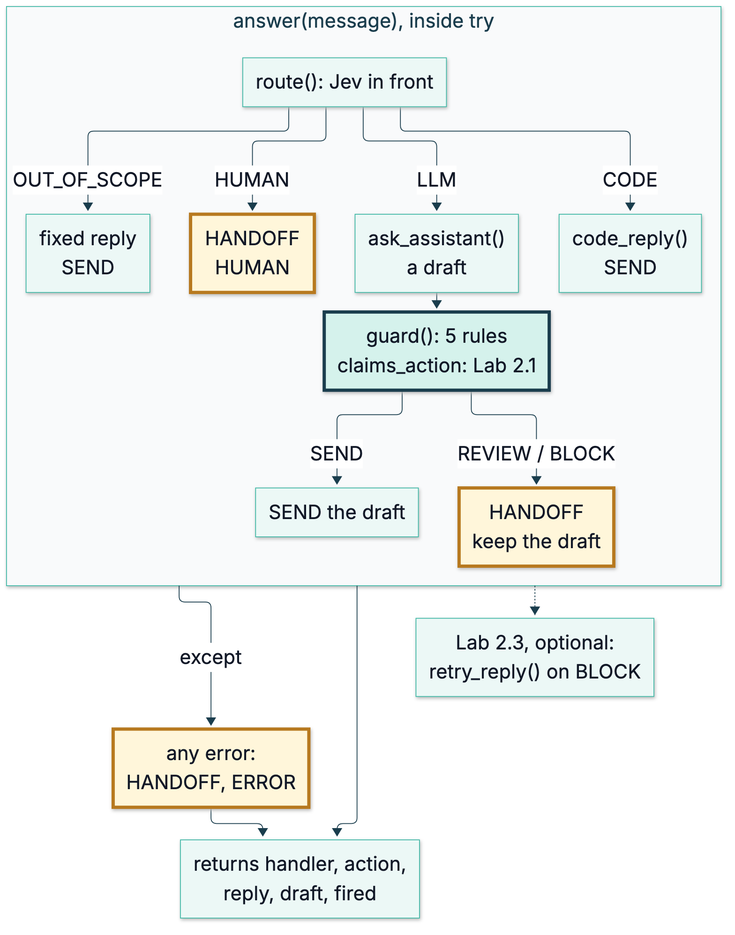
This is course/diagrams/module_04/p2-lab-map.png from axel-sirota/getting_started_jev, a Mermaid export, as it was before one commit. Its source is kept beside it as course/diagrams/module_04/p2-lab-map.mmd. Source of this version:
```mermaid
%%{init: {"theme": "base", "themeVariables": {"fontFamily": "Inter, sans-serif", "primaryColor": "#ECF8F6", "primaryBorderColor": "#40B8A6", "primaryTextColor": "#111827", "lineColor": "#1A3D4D", "secondaryColor": "#F9FAFB", "tertiaryColor": "#FFFFFF", "clusterBkg": "#F9FAFB", "clusterBorder": "#D1D5DB", "actorBkg": "#ECF8F6", "actorBorder": "#40B8A6", "noteBkgColor": "#FFF6DA", "noteBorderColor": "#E0B84C"}}}%%
flowchart TD
  subgraph TRY["answer(message), inside try"]
    RT["route(): Jev in front"]
    CO["code_reply()<br/>SEND"]
    OS["fixed reply<br/>SEND"]
    HU["HANDOFF<br/>HUMAN"]
    DR["ask_assistant()<br/>a draft"]
    G["guard(): 5 rules<br/>claims_action: Lab 2.1"]
    SE["SEND the draft"]
    HO["HANDOFF<br/>keep the draft"]
    RT -- CODE --> CO
    RT -- OUT_OF_SCOPE --> OS
    RT -- HUMAN --> HU
    RT -- LLM --> DR --> G
    G -- SEND --> SE
    G -- REVIEW / BLOCK --> HO
  end
  ER["any error:<br/>HANDOFF, ERROR"]
  RET["returns handler, action,<br/>reply, draft, fired"]
  RE["Lab 2.3, optional:<br/>retry_reply() on BLOCK"]
  TRY -- except --> ER
  TRY --> RET
  ER --> RET
  TRY -.-> RE

  classDef fail fill:#FDECEA,stroke:#B42318,stroke-width:4px
  classDef changed fill:#D5F2EC,stroke:#1A3D4D,stroke-width:4px
  classDef ok fill:#ECF8F6,stroke:#1A3D4D,stroke-width:3px
  classDef human fill:#FFF6DA,stroke:#B7791F,stroke-width:4px
  classDef jev fill:#D5F2EC,stroke:#40B8A6,stroke-width:3px
  classDef code fill:#FFFFFF,stroke:#1A3D4D,stroke-width:3px
  classDef llm fill:#EEF2FF,stroke:#4B5563,stroke-width:3px
  class G changed
  class HU,HO,ER human
```
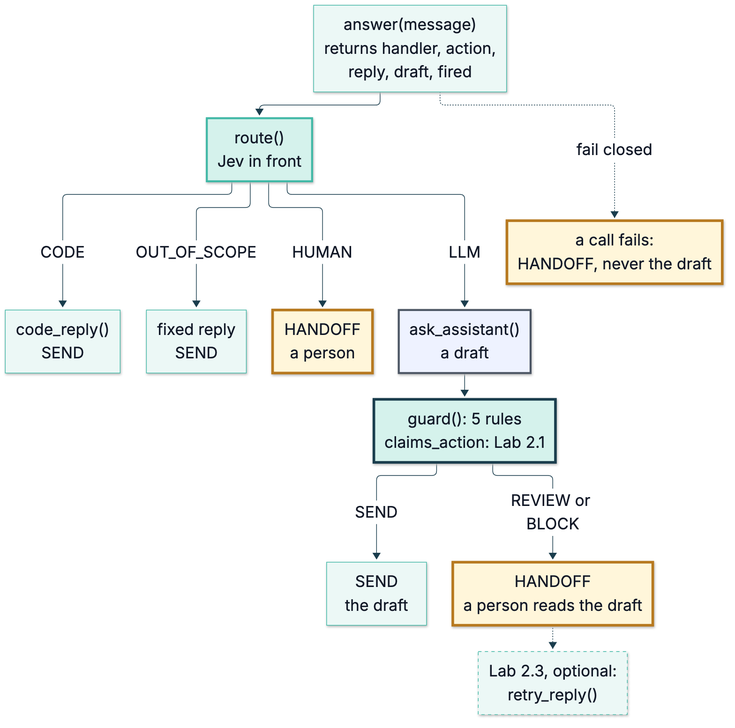
After the commit.

What changed in the source:
```diff
@@ -1,29 +1,26 @@
 %%{init: {"theme": "base", "themeVariables": {"fontFamily": "Inter, sans-serif", "primaryColor": "#ECF8F6", "primaryBorderColor": "#40B8A6", "primaryTextColor": "#111827", "lineColor": "#1A3D4D", "secondaryColor": "#F9FAFB", "tertiaryColor": "#FFFFFF", "clusterBkg": "#F9FAFB", "clusterBorder": "#D1D5DB", "actorBkg": "#ECF8F6", "actorBorder": "#40B8A6", "noteBkgColor": "#FFF6DA", "noteBorderColor": "#E0B84C"}}}%%
-flowchart TD
-  subgraph TRY["answer(message), inside try"]
-    RT["route(): Jev in front"]
-    CO["code_reply()<br/>SEND"]
-    OS["fixed reply<br/>SEND"]
-    HU["HANDOFF<br/>HUMAN"]
-    DR["ask_assistant()<br/>a draft"]
-    G["guard(): 5 rules<br/>claims_action: Lab 2.1"]
-    SE["SEND the draft"]
-    HO["HANDOFF<br/>keep the draft"]
-    RT -- CODE --> CO
-    RT -- OUT_OF_SCOPE --> OS
-    RT -- HUMAN --> HU
-    RT -- LLM --> DR --> G
-    G -- SEND --> SE
-    G -- REVIEW / BLOCK --> HO
-  end
-  ER["any error:<br/>HANDOFF, ERROR"]
-  RET["returns handler, action,<br/>reply, draft, fired"]
-  RE["Lab 2.3, optional:<br/>retry_reply() on BLOCK"]
-  TRY -- except --> ER
-  TRY --> RET
-  ER --> RET
-  TRY -.-> RE
-
+flowchart TB
+  A["answer(message)<br/>returns handler, action,<br/>reply, draft, fired"]
+  RT["route()<br/>Jev in front"]
+  CO["code_reply()<br/>SEND"]
+  OS["fixed reply<br/>SEND"]
+  HU["HANDOFF<br/>a person"]
+  DR["ask_assistant()<br/>a draft"]
+  G["guard(): 5 rules<br/>claims_action: Lab 2.1"]
+  SE["SEND<br/>the draft"]
+  HO["HANDOFF<br/>a person reads the draft"]
+  ER["a call fails:<br/>HANDOFF, never the draft"]
+  RE["Lab 2.3, optional:<br/>retry_reply()"]
+  A --> RT
+  RT -- CODE --> CO
+  RT -- OUT_OF_SCOPE --> OS
+  RT -- HUMAN --> HU
+  RT -- LLM --> DR --> G
+  G -- SEND --> SE
+  G -- REVIEW or BLOCK --> HO
+  A -. "fail closed" .-> ER
+  HO -.-> RE
+  style RE stroke-dasharray:5 5
   classDef fail fill:#FDECEA,stroke:#B42318,stroke-width:4px
   classDef changed fill:#D5F2EC,stroke:#1A3D4D,stroke-width:4px
   classDef ok fill:#ECF8F6,stroke:#1A3D4D,stroke-width:3px
@@ -32,4 +29,6 @@
   classDef code fill:#FFFFFF,stroke:#1A3D4D,stroke-width:3px
   classDef llm fill:#EEF2FF,stroke:#4B5563,stroke-width:3px
   class G changed
+  class RT jev
+  class DR llm
   class HU,HO,ER human
```
